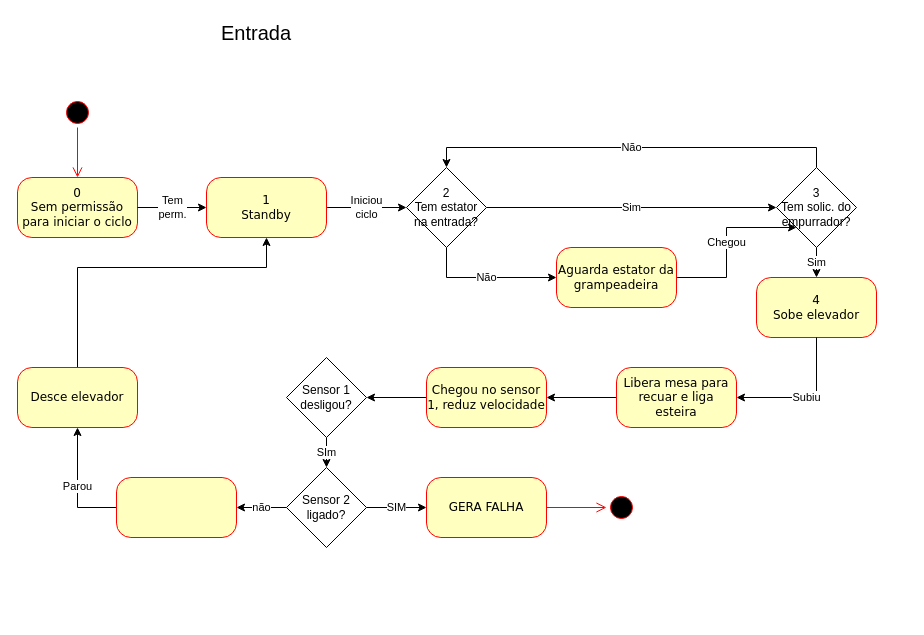
Earlier version of the draw.io diagram page "Esteira" (5 of 5) of M05765N01_GrampeadeiraG33.drawio (JonanMuller/WEGDiagrams). Source tidied: cells renumbered, new cells numbered last; positions are measured from the earlier drawing's top-left corner, leaving out a move shared by most shapes. Both pictures are drawn from the tidied source at 100%, with x=0, y=0 at pixel (17, 17).
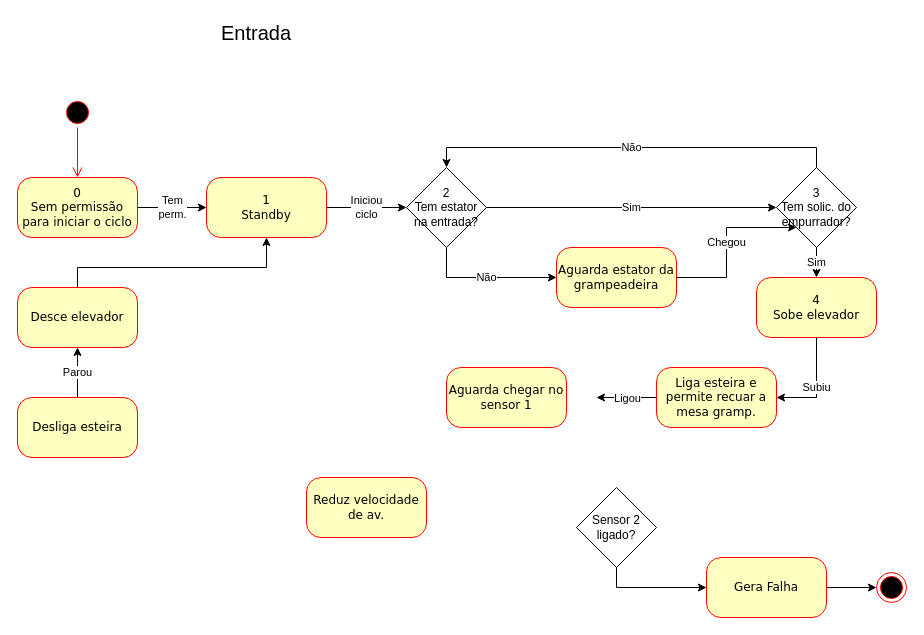
The same diagram, later.

Diff of the diagram source:
```diff
@@
-    <mxCell id="16" style="edgeStyle=orthogonalEdgeStyle;rounded=0;jettySize=auto;html=1;" parent="1" edge="1" source="17">
-      <mxGeometry relative="1" as="geometry">
-        <mxPoint x="349" y="380" as="targetPoint" />
-      </mxGeometry>
-    </mxCell>
-    <mxCell id="17" value="Chegou no sensor 1, reduz velocidade" style="rounded=1;whiteSpace=wrap;html=1;arcSize=24;fillColor=#ffffc0;strokeColor=#ff0000;shadow=0;comic=0;labelBackgroundColor=none;fontFamily=Verdana;fontSize=12;fontColor=#000000;align=center;" parent="1" vertex="1">
-      <mxGeometry x="409" y="350" width="120" height="60" as="geometry" />
-    </mxCell>
@@
-    <mxCell id="19" style="edgeStyle=orthogonalEdgeStyle;rounded=0;jettySize=auto;html=1;" parent="1" edge="1" source="20" target="17">
-      <mxGeometry relative="1" as="geometry" />
+    <mxCell id="19" value="Ligou" style="edgeStyle=orthogonalEdgeStyle;rounded=0;jettySize=auto;html=1;entryX=1;entryY=0.5;entryDx=0;entryDy=0;" parent="1" edge="1" source="20">
+      <mxGeometry relative="1" as="geometry">
+        <mxPoint x="579" y="380" as="targetPoint" />
+      </mxGeometry>
     </mxCell>
-    <mxCell id="20" value="Libera mesa para recuar e liga esteira" style="rounded=1;whiteSpace=wrap;html=1;arcSize=24;fillColor=#ffffc0;strokeColor=#ff0000;shadow=0;comic=0;labelBackgroundColor=none;fontFamily=Verdana;fontSize=12;fontColor=#000000;align=center;" parent="1" vertex="1">
-      <mxGeometry x="599" y="350" width="120" height="60" as="geometry" />
+    <mxCell id="20" value="Liga esteira e permite recuar a mesa gramp." style="rounded=1;whiteSpace=wrap;html=1;arcSize=24;fillColor=#ffffc0;strokeColor=#ff0000;shadow=0;comic=0;labelBackgroundColor=none;fontFamily=Verdana;fontSize=12;fontColor=#000000;align=center;" parent="1" vertex="1">
+      <mxGeometry x="639" y="350" width="120" height="60" as="geometry" />
     </mxCell>
-    <mxCell id="21" value="Parou" style="edgeStyle=orthogonalEdgeStyle;rounded=0;jettySize=auto;html=1;exitX=0;exitY=0.5;exitDx=0;exitDy=0;" parent="1" edge="1" source="22" target="24">
+    <mxCell id="21" value="Parou" style="edgeStyle=orthogonalEdgeStyle;rounded=0;jettySize=auto;html=1;exitX=0.5;exitY=0;exitDx=0;exitDy=0;" parent="1" edge="1" source="22" target="24">
       <mxGeometry relative="1" as="geometry" />
     </mxCell>
-    <mxCell id="22" style="rounded=1;whiteSpace=wrap;html=1;arcSize=24;fillColor=#ffffc0;strokeColor=#ff0000;shadow=0;comic=0;labelBackgroundColor=none;fontFamily=Verdana;fontSize=12;fontColor=#000000;align=center;" parent="1" vertex="1">
-      <mxGeometry x="99" y="460" width="120" height="60" as="geometry" />
+    <mxCell id="22" value="Desliga esteira" style="rounded=1;whiteSpace=wrap;html=1;arcSize=24;fillColor=#ffffc0;strokeColor=#ff0000;shadow=0;comic=0;labelBackgroundColor=none;fontFamily=Verdana;fontSize=12;fontColor=#000000;align=center;" parent="1" vertex="1">
+      <mxGeometry y="380" width="120" height="60" as="geometry" />
     </mxCell>
@@
     <mxCell id="24" value="Desce elevador" style="rounded=1;whiteSpace=wrap;html=1;arcSize=24;fillColor=#ffffc0;strokeColor=#ff0000;shadow=0;comic=0;labelBackgroundColor=none;fontFamily=Verdana;fontSize=12;fontColor=#000000;align=center;" parent="1" vertex="1">
-      <mxGeometry y="350" width="120" height="60" as="geometry" />
+      <mxGeometry y="270" width="120" height="60" as="geometry" />
     </mxCell>
@@
-    <mxCell id="27" value="SIM" style="edgeStyle=orthogonalEdgeStyle;rounded=0;jettySize=auto;html=1;exitX=1;exitY=0.5;exitDx=0;exitDy=0;entryX=0;entryY=0.5;entryDx=0;entryDy=0;" parent="1" edge="1" source="29" target="30">
-      <mxGeometry relative="1" as="geometry" />
-    </mxCell>
-    <mxCell id="28" value="não" style="edgeStyle=orthogonalEdgeStyle;rounded=0;jettySize=auto;html=1;exitX=0;exitY=0.5;exitDx=0;exitDy=0;" parent="1" edge="1" source="29" target="22">
-      <mxGeometry relative="1" as="geometry" />
-    </mxCell>
+    <mxCell id="35" style="edgeStyle=orthogonalEdgeStyle;rounded=0;jettySize=auto;html=1;exitX=1;exitY=0.5;exitDx=0;exitDy=0;entryX=0;entryY=0.5;entryDx=0;entryDy=0;" parent="1" edge="1" source="36" target="39">
+      <mxGeometry relative="1" as="geometry" />
+    </mxCell>
+    <mxCell id="36" value="Gera Falha" style="rounded=1;whiteSpace=wrap;html=1;arcSize=24;fillColor=#ffffc0;strokeColor=#ff0000;shadow=0;comic=0;labelBackgroundColor=none;fontFamily=Verdana;fontSize=12;fontColor=#000000;align=center;" parent="1" vertex="1">
+      <mxGeometry x="689" y="540" width="120" height="60" as="geometry" />
+    </mxCell>
+    <mxCell id="37" style="edgeStyle=orthogonalEdgeStyle;rounded=0;jettySize=auto;html=1;exitX=0.5;exitY=1;exitDx=0;exitDy=0;entryX=0;entryY=0.5;entryDx=0;entryDy=0;" parent="1" edge="1" source="29" target="36">
+      <mxGeometry relative="1" as="geometry" />
+    </mxCell>
     <mxCell id="29" value="Sensor 2 ligado?" style="rhombus;whiteSpace=wrap;html=1;" parent="1" vertex="1">
-      <mxGeometry x="269" y="450" width="80" height="80" as="geometry" />
+      <mxGeometry x="559" y="470" width="80" height="80" as="geometry" />
     </mxCell>
-    <mxCell id="30" value="GERA FALHA" style="rounded=1;whiteSpace=wrap;html=1;arcSize=24;fillColor=#ffffc0;strokeColor=#ff0000;shadow=0;comic=0;labelBackgroundColor=none;fontFamily=Verdana;fontSize=12;fontColor=#000000;align=center;" parent="1" vertex="1">
-      <mxGeometry x="409" y="460" width="120" height="60" as="geometry" />
-    </mxCell>
-    <mxCell id="31" style="ellipse;html=1;shape=startState;fillColor=#000000;strokeColor=#ff0000;rounded=1;shadow=0;comic=0;labelBackgroundColor=none;fontFamily=Verdana;fontSize=12;fontColor=#000000;align=center;direction=south;" parent="1" vertex="1">
-      <mxGeometry x="589" y="475" width="30" height="30" as="geometry" />
-    </mxCell>
-    <mxCell id="32" style="edgeStyle=orthogonalEdgeStyle;html=1;labelBackgroundColor=none;endArrow=open;endSize=8;strokeColor=#ff0000;fontFamily=Verdana;fontSize=12;align=left;entryX=0.5;entryY=1;entryDx=0;entryDy=0;exitX=1;exitY=0.5;exitDx=0;exitDy=0;" parent="1" edge="1" source="30" target="31">
-      <mxGeometry relative="1" as="geometry" />
-    </mxCell>
-    <mxCell id="33" value="SIm" style="edgeStyle=orthogonalEdgeStyle;rounded=0;jettySize=auto;html=1;" parent="1" edge="1" source="34" target="29">
-      <mxGeometry relative="1" as="geometry" />
-    </mxCell>
-    <mxCell id="34" value="Sensor 1 desligou?" style="rhombus;whiteSpace=wrap;html=1;" parent="1" vertex="1">
-      <mxGeometry x="269" y="340" width="80" height="80" as="geometry" />
-    </mxCell>
+    <mxCell id="38" value="Reduz velocidade de av." style="rounded=1;whiteSpace=wrap;html=1;arcSize=24;fillColor=#ffffc0;strokeColor=#ff0000;shadow=0;comic=0;labelBackgroundColor=none;fontFamily=Verdana;fontSize=12;fontColor=#000000;align=center;" parent="1" vertex="1">
+      <mxGeometry x="289" y="460" width="120" height="60" as="geometry" />
+    </mxCell>
+    <mxCell id="39" style="ellipse;html=1;shape=endState;fillColor=#000000;strokeColor=#ff0000;" parent="1" vertex="1">
+      <mxGeometry x="859" y="555" width="30" height="30" as="geometry" />
+    </mxCell>
+    <mxCell id="40" value="Aguarda chegar no sensor 1" style="rounded=1;whiteSpace=wrap;html=1;arcSize=24;fillColor=#ffffc0;strokeColor=#ff0000;shadow=0;comic=0;labelBackgroundColor=none;fontFamily=Verdana;fontSize=12;fontColor=#000000;align=center;" parent="1" vertex="1">
+      <mxGeometry x="429" y="350" width="120" height="60" as="geometry" />
+    </mxCell>
```
